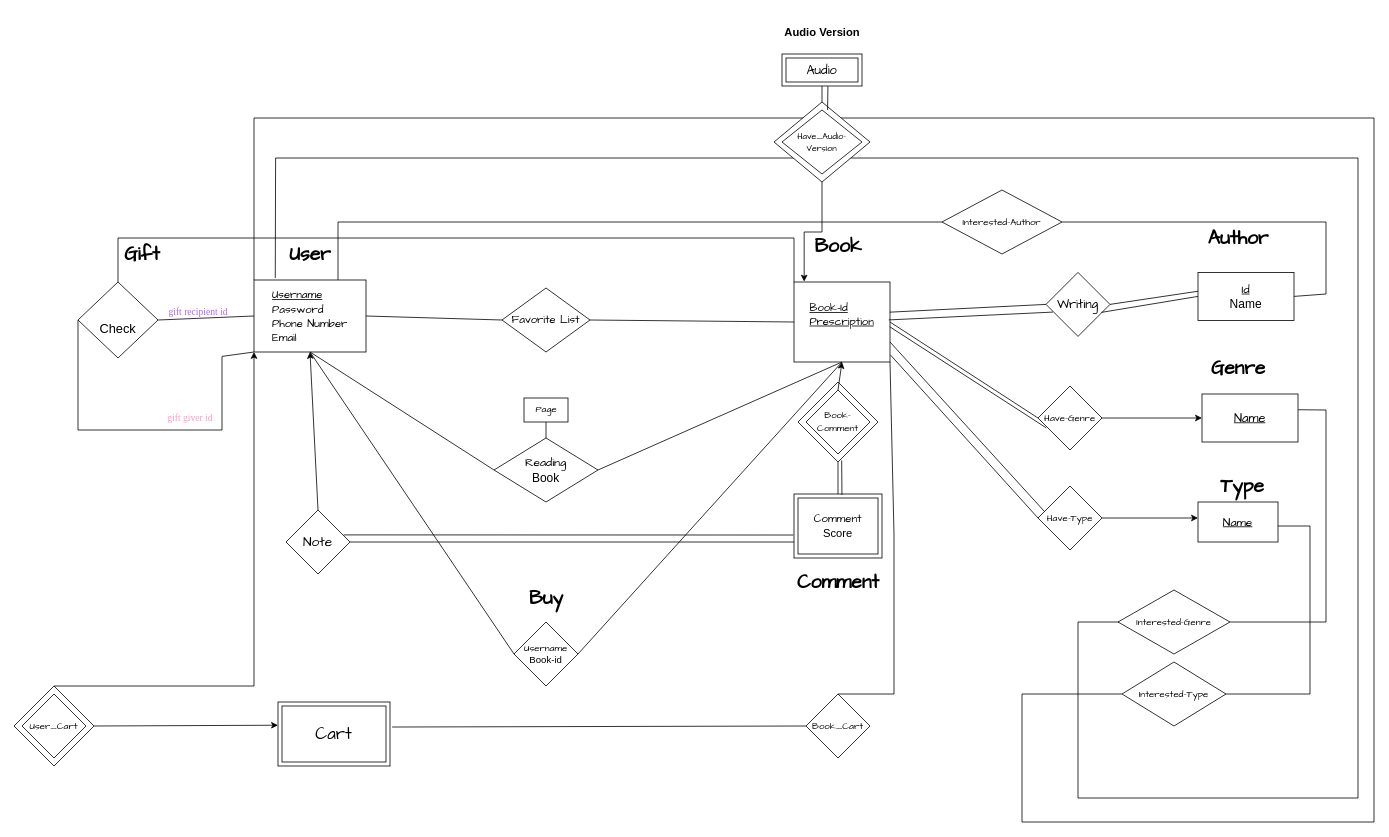
Earlier version of the draw.io diagram Untitled Diagram.drawio (fatemehprb/ER-Diagram). Source tidied: cells renumbered, new cells numbered last; positions are measured from the earlier drawing's top-left corner, leaving out a move shared by most shapes. Both pictures are drawn from the tidied source at 80%, with x=0, y=0 at pixel (14, 14).
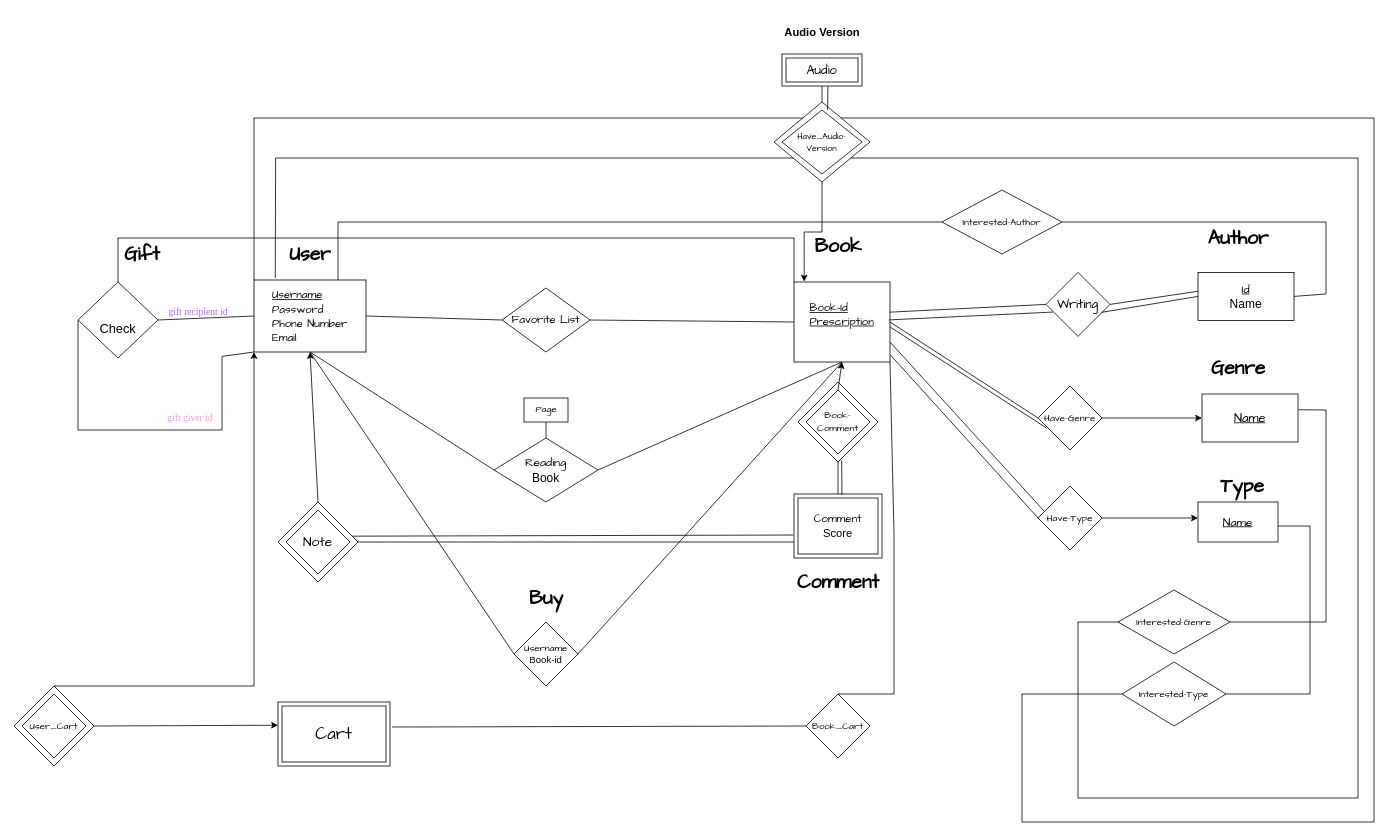
The same diagram, later.

Unchanged cells that the change refers to:
```xml
<mxCell id="9" value="&lt;div style=&quot;font-size: 14px;&quot; align=&quot;left&quot;&gt;&lt;font face=&quot;Comic Sans MS&quot;&gt;&lt;u&gt;Username&lt;/u&gt;&lt;/font&gt;&lt;/div&gt;&lt;div style=&quot;font-size: 14px;&quot; align=&quot;left&quot;&gt;&lt;font face=&quot;Comic Sans MS&quot;&gt;Password&lt;/font&gt;&lt;/div&gt;&lt;div style=&quot;font-size: 14px;&quot; align=&quot;left&quot;&gt;&lt;font face=&quot;Comic Sans MS&quot;&gt;Phone Number&lt;/font&gt;&lt;/div&gt;&lt;div style=&quot;font-size: 14px;&quot; align=&quot;left&quot;&gt;&lt;font face=&quot;Comic Sans MS&quot;&gt;Email&lt;br&gt;&lt;/font&gt;&lt;/div&gt;" style="rounded=0;whiteSpace=wrap;html=1;" parent="1" vertex="1">
  <mxGeometry x="300" y="332.5" width="140" height="90" as="geometry" />
</mxCell>
<mxCell id="18" value="&lt;div style=&quot;font-size: 14px;&quot;&gt;&lt;font style=&quot;font-size: 14px;&quot; face=&quot;Comic Sans MS&quot;&gt;Comment&lt;/font&gt;&lt;/div&gt;&lt;div style=&quot;font-size: 14px;&quot;&gt;&lt;font style=&quot;font-size: 14px;&quot; face=&quot;cnri7KbCF3ekAPo07FWo&quot;&gt;&lt;font style=&quot;font-size: 14px;&quot;&gt;Score&lt;/font&gt;&lt;/font&gt;&lt;font style=&quot;font-size: 14px;&quot; face=&quot;cnri7KbCF3ekAPo07FWo&quot;&gt;&lt;br&gt;&lt;/font&gt;&lt;/div&gt;" style="shape=ext;margin=3;double=1;whiteSpace=wrap;html=1;align=center;" parent="1" vertex="1">
  <mxGeometry x="975" y="600" width="110" height="80" as="geometry" />
</mxCell>
<mxCell id="24" value="&lt;font style=&quot;font-size: 17px;&quot; face=&quot;Comic Sans MS&quot;&gt;Note&lt;/font&gt;" style="rhombus;whiteSpace=wrap;html=1;" parent="1" vertex="1">
  <mxGeometry x="340" y="620" width="80" height="80" as="geometry" />
</mxCell>
```

Change to the diagram source:
```diff
@@
+    <mxCell id="79" style="rhombus;whiteSpace=wrap;html=1;" parent="1" vertex="1">
+      <mxGeometry x="330" y="610" width="100" height="100" as="geometry" />
+    </mxCell>
@@
-    <mxCell id="25" style="endArrow=none;html=1;rounded=0;exitX=1;exitY=0.5;exitDx=0;exitDy=0;entryX=0;entryY=0.75;entryDx=0;entryDy=0;" parent="1" edge="1" source="24" target="18">
+    <mxCell id="25" style="endArrow=none;html=1;rounded=0;exitX=1;exitY=0.5;exitDx=0;exitDy=0;entryX=0;entryY=0.75;entryDx=0;entryDy=0;" parent="1" edge="1" source="79" target="18">
       <mxGeometry relative="1" as="geometry" />
     </mxCell>
-    <mxCell id="26" style="endArrow=classic;html=1;rounded=0;entryX=0.5;entryY=1;entryDx=0;entryDy=0;exitX=0.5;exitY=0;exitDx=0;exitDy=0;" parent="1" edge="1" source="24" target="9">
+    <mxCell id="26" style="endArrow=classic;html=1;rounded=0;entryX=0.5;entryY=1;entryDx=0;entryDy=0;exitX=0.5;exitY=0;exitDx=0;exitDy=0;" parent="1" edge="1" source="79" target="9">
       <mxGeometry relative="1" as="geometry" />
     </mxCell>
@@
-    <mxCell id="69" style="endArrow=none;html=1;rounded=0;exitX=0.902;exitY=0.389;exitDx=0;exitDy=0;exitPerimeter=0;entryX=-0.007;entryY=0.641;entryDx=0;entryDy=0;entryPerimeter=0;" parent="1" edge="1" source="24" target="18">
+    <mxCell id="69" style="endArrow=none;html=1;rounded=0;exitX=0.929;exitY=0.427;exitDx=0;exitDy=0;exitPerimeter=0;entryX=-0.007;entryY=0.641;entryDx=0;entryDy=0;entryPerimeter=0;" parent="1" edge="1" source="79" target="18">
       <mxGeometry relative="1" as="geometry" />
     </mxCell>
```
